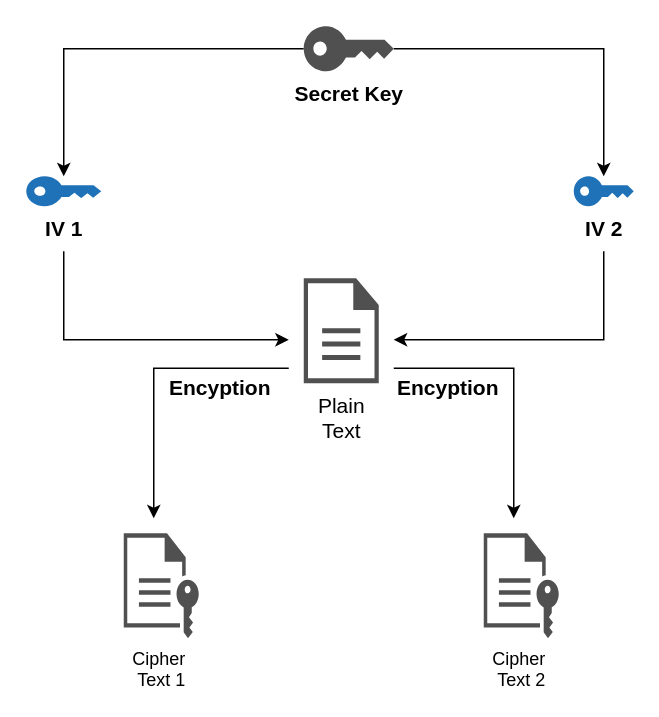
Above: AES En/Decryption Diagram.drawio in mujianlo/hrpt_drawio (draw.io), before the change. Source tidied: cells renumbered, new cells numbered last; positions are measured from the earlier drawing's top-left corner, leaving out a move shared by most shapes. Both pictures are drawn from the tidied source at 150%, with x=0, y=0 at pixel (26, 26).
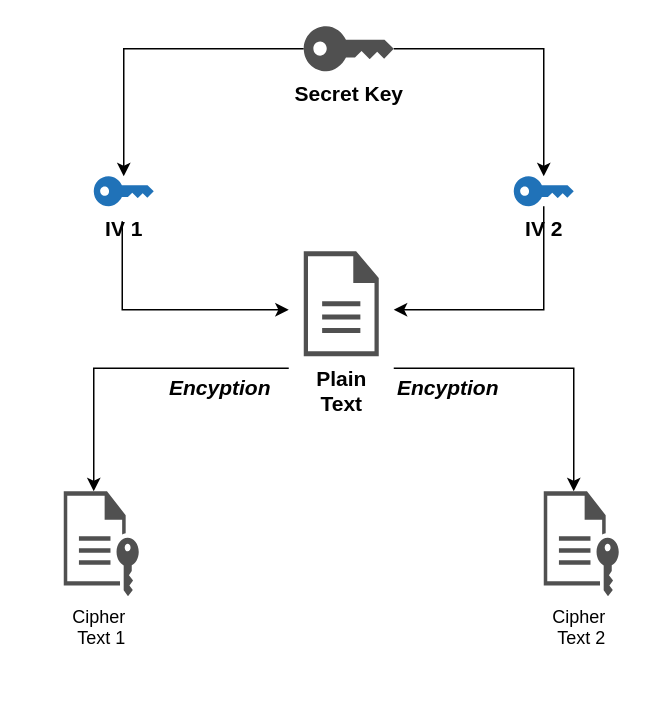
After the change.

Change to the diagram source:
```diff
@@
     <mxCell id="2" style="edgeStyle=elbowEdgeStyle;rounded=0;orthogonalLoop=1;jettySize=auto;html=1;" parent="1" edge="1">
       <mxGeometry relative="1" as="geometry">
-        <mxPoint x="25" y="150" as="sourcePoint" />
-        <mxPoint x="175" y="209" as="targetPoint" />
+        <mxPoint x="64" y="130" as="sourcePoint" />
+        <mxPoint x="175" y="189" as="targetPoint" />
         <Array as="points">
-          <mxPoint x="25" y="209" />
+          <mxPoint x="64" y="170" />
         </Array>
       </mxGeometry>
     </mxCell>
     <mxCell id="3" value="IV 1" style="sketch=0;shadow=0;dashed=0;html=1;strokeColor=none;labelPosition=center;verticalLabelPosition=bottom;verticalAlign=top;outlineConnect=0;align=center;shape=mxgraph.office.security.key_permissions;fillColor=#2072B8;direction=south;flipH=1;fontStyle=1;fontSize=14;" parent="1" vertex="1">
-      <mxGeometry y="100" width="50" height="20" as="geometry" />
+      <mxGeometry x="45" y="100" width="40" height="20" as="geometry" />
     </mxCell>
@@
-    <mxCell id="6" style="edgeStyle=orthogonalEdgeStyle;rounded=0;orthogonalLoop=1;jettySize=auto;html=1;" parent="1" edge="1">
+    <mxCell id="6" style="edgeStyle=orthogonalEdgeStyle;rounded=0;jettySize=auto;html=1;" parent="1" edge="1" target="11">
       <mxGeometry relative="1" as="geometry">
         <mxPoint x="175" y="228" as="sourcePoint" />
-        <mxPoint x="85" y="328" as="targetPoint" />
         <Array as="points">
-          <mxPoint x="85" y="228" />
-          <mxPoint x="85" y="328" />
+          <mxPoint x="45" y="228" />
         </Array>
       </mxGeometry>
     </mxCell>
-    <mxCell id="7" value="Plain&lt;br&gt;Text" style="sketch=0;shadow=0;dashed=0;html=1;strokeColor=none;fillColor=#505050;labelPosition=center;verticalLabelPosition=bottom;verticalAlign=top;align=center;shape=mxgraph.office.concepts.document;fontSize=14;" parent="1" vertex="1">
-      <mxGeometry x="185" y="168" width="50" height="70" as="geometry" />
+    <mxCell id="7" value="Plain&lt;br&gt;Text" style="sketch=0;shadow=0;dashed=0;html=1;strokeColor=none;fillColor=#505050;labelPosition=center;verticalLabelPosition=bottom;verticalAlign=top;align=center;shape=mxgraph.office.concepts.document;fontSize=14;fontStyle=1;" parent="1" vertex="1">
+      <mxGeometry x="185" y="150" width="50" height="70" as="geometry" />
     </mxCell>
     <mxCell id="8" value="IV 2" style="sketch=0;shadow=0;dashed=0;html=1;strokeColor=none;labelPosition=center;verticalLabelPosition=bottom;verticalAlign=top;outlineConnect=0;align=center;shape=mxgraph.office.security.key_permissions;fillColor=#2072B8;direction=south;flipH=1;fontStyle=1;fontSize=14;" parent="1" vertex="1">
-      <mxGeometry x="365" y="100" width="40" height="20" as="geometry" />
+      <mxGeometry x="325" y="100" width="40" height="20" as="geometry" />
     </mxCell>
@@
-    <mxCell id="10" value="Encyption" style="text;strokeColor=none;fillColor=none;html=1;fontSize=14;fontStyle=1;verticalAlign=middle;align=center;" parent="1" vertex="1">
+    <mxCell id="10" value="Encyption" style="text;strokeColor=none;fillColor=none;html=1;fontSize=14;fontStyle=3;verticalAlign=middle;align=center;" parent="1" vertex="1">
       <mxGeometry x="227.5" y="228" width="107.5" height="25" as="geometry" />
     </mxCell>
     <mxCell id="11" value="&lt;div&gt;Cipher&amp;nbsp;&lt;/div&gt;&lt;div&gt;Text 1&lt;br&gt;&lt;/div&gt;" style="sketch=0;shadow=0;dashed=0;html=1;strokeColor=none;fillColor=#505050;labelPosition=center;verticalLabelPosition=bottom;verticalAlign=top;outlineConnect=0;align=center;shape=mxgraph.office.concepts.file_key;" parent="1" vertex="1">
-      <mxGeometry x="65" y="338" width="50" height="70" as="geometry" />
+      <mxGeometry x="25" y="310" width="50" height="70" as="geometry" />
     </mxCell>
     <mxCell id="12" value="&lt;div&gt;Cipher&amp;nbsp;&lt;/div&gt;&lt;div&gt;Text 2&lt;/div&gt;" style="sketch=0;shadow=0;dashed=0;html=1;strokeColor=none;fillColor=#505050;labelPosition=center;verticalLabelPosition=bottom;verticalAlign=top;outlineConnect=0;align=center;shape=mxgraph.office.concepts.file_key;" parent="1" vertex="1">
-      <mxGeometry x="305" y="338" width="50" height="70" as="geometry" />
+      <mxGeometry x="345" y="310" width="50" height="70" as="geometry" />
     </mxCell>
-    <mxCell id="13" style="edgeStyle=elbowEdgeStyle;rounded=0;orthogonalLoop=1;jettySize=auto;html=1;" parent="1" edge="1">
+    <mxCell id="13" style="edgeStyle=elbowEdgeStyle;rounded=0;orthogonalLoop=1;jettySize=auto;html=1;exitX=2;exitY=0.5;exitDx=0;exitDy=0;exitPerimeter=0;" parent="1" edge="1">
       <mxGeometry relative="1" as="geometry">
-        <mxPoint x="385" y="150" as="sourcePoint" />
-        <mxPoint x="245" y="209" as="targetPoint" />
+        <mxPoint x="345" y="120" as="sourcePoint" />
+        <mxPoint x="245" y="189" as="targetPoint" />
         <Array as="points">
-          <mxPoint x="385" y="299" />
+          <mxPoint x="345" y="160" />
         </Array>
       </mxGeometry>
     </mxCell>
-    <mxCell id="14" style="edgeStyle=orthogonalEdgeStyle;rounded=0;orthogonalLoop=1;jettySize=auto;html=1;" parent="1" edge="1">
+    <mxCell id="14" style="edgeStyle=orthogonalEdgeStyle;rounded=0;jettySize=auto;html=1;" parent="1" edge="1" target="12">
       <mxGeometry relative="1" as="geometry">
         <mxPoint x="245" y="228" as="sourcePoint" />
-        <mxPoint x="325" y="328" as="targetPoint" />
         <Array as="points">
-          <mxPoint x="325" y="228" />
-          <mxPoint x="325" y="328" />
+          <mxPoint x="365" y="228" />
         </Array>
       </mxGeometry>
     </mxCell>
-    <mxCell id="15" value="Encyption" style="text;strokeColor=none;fillColor=none;html=1;fontSize=14;fontStyle=1;verticalAlign=middle;align=center;" parent="1" vertex="1">
+    <mxCell id="15" value="Encyption" style="text;strokeColor=none;fillColor=none;html=1;fontSize=14;fontStyle=3;verticalAlign=middle;align=center;" parent="1" vertex="1">
       <mxGeometry x="75" y="228" width="107.5" height="25" as="geometry" />
     </mxCell>
```
